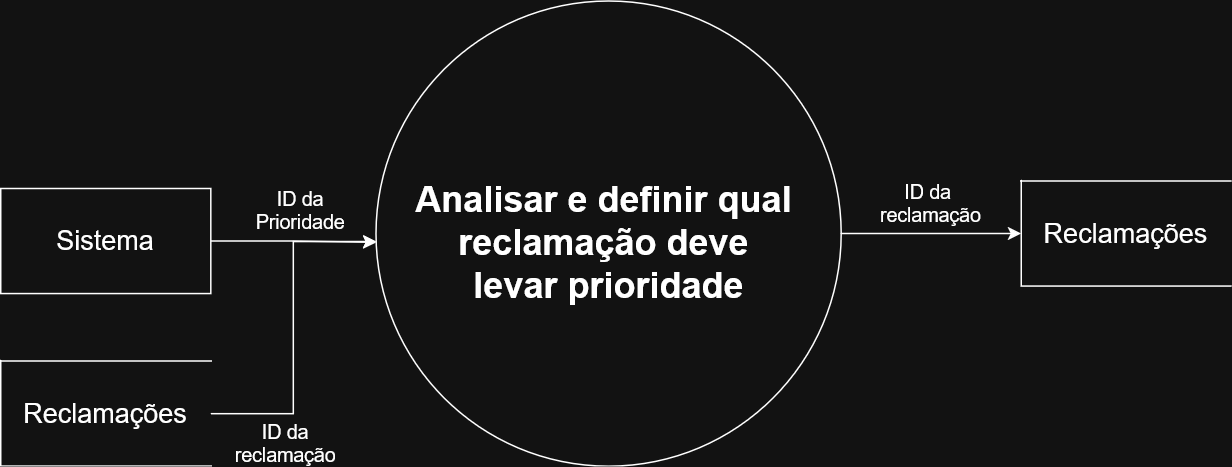
The draw.io diagram documentação/diagramas/RF006 - Analisar e definir qual relcamação deve levar prioridade - menos info.drawio.png in Luvisa-dev/Chatbot-Projeto-Integrado, before a commit. Source tidied: cells renumbered, new cells last; positions are measured from the earlier drawing's top-left corner, leaving out a move shared by most shapes. The source it was exported from:
```xml
<mxGraphModel>
  <root>
    <mxCell id="0" />
    <mxCell id="1" parent="0" />
    <mxCell id="2" style="edgeStyle=orthogonalEdgeStyle;rounded=0;jettySize=auto;html=1;exitX=1;exitY=0.5;exitDx=0;exitDy=0;" parent="1" edge="1" source="3" target="8">
      <mxGeometry relative="1" as="geometry" />
    </mxCell>
    <mxCell id="3" style="shape=ellipse;html=1;dashed=0;whiteSpace=wrap;perimeter=ellipsePerimeter;" parent="1" vertex="1">
      <mxGeometry x="250" width="310" height="310" as="geometry" />
    </mxCell>
    <mxCell id="4" value="&lt;div class=&quot;ewa-rteLine&quot;&gt;Analisar e definir qual&amp;nbsp;&lt;/div&gt;&lt;div class=&quot;ewa-rteLine&quot;&gt;reclamação deve&amp;nbsp;&lt;/div&gt;&lt;div class=&quot;ewa-rteLine&quot;&gt;levar prioridade&lt;/div&gt;" style="text;strokeColor=none;fillColor=none;html=1;fontSize=24;fontStyle=1;verticalAlign=middle;align=center;" parent="1" vertex="1">
      <mxGeometry x="355" y="160" width="100" as="geometry" />
    </mxCell>
    <mxCell id="5" style="edgeStyle=orthogonalEdgeStyle;rounded=0;jettySize=auto;html=1;entryX=0.001;entryY=0.519;entryDx=0;entryDy=0;entryPerimeter=0;" parent="1" edge="1" source="6" target="3">
      <mxGeometry relative="1" as="geometry" />
    </mxCell>
    <mxCell id="6" value="&lt;div&gt;&lt;font style=&quot;font-size: 18px;&quot;&gt;Sistema&lt;/font&gt;&lt;/div&gt;" style="html=1;dashed=0;whiteSpace=wrap;" parent="1" vertex="1">
      <mxGeometry y="125" width="140" height="70" as="geometry" />
    </mxCell>
    <mxCell id="7" value="ID da Prioridade" style="text;html=1;align=center;verticalAlign=middle;whiteSpace=wrap;rounded=0;fontSize=13;" parent="1" vertex="1">
      <mxGeometry x="170" y="125" width="60" height="30" as="geometry" />
    </mxCell>
    <mxCell id="8" value="&lt;div&gt;&lt;font style=&quot;font-size: 18px;&quot;&gt;Reclamações&lt;/font&gt;&lt;/div&gt;" style="html=1;dashed=0;whiteSpace=wrap;shape=partialRectangle;right=0;" parent="1" vertex="1">
      <mxGeometry x="680" y="120" width="140" height="70" as="geometry" />
    </mxCell>
    <mxCell id="9" value="&lt;div align=&quot;center&quot;&gt;&lt;br&gt;&lt;div&gt;&lt;font style=&quot;font-size: 13px;&quot;&gt;ID da&amp;nbsp;&lt;/font&gt;&lt;/div&gt;&lt;div&gt;&lt;font style=&quot;font-size: 13px;&quot;&gt;reclamação&lt;/font&gt;&lt;/div&gt;&lt;/div&gt;" style="text;whiteSpace=wrap;html=1;fontSize=11;align=center;" parent="1" vertex="1">
      <mxGeometry x="560" y="100" width="120" height="40" as="geometry" />
    </mxCell>
    <mxCell id="10" value="ID da reclamação" style="text;html=1;align=center;verticalAlign=middle;whiteSpace=wrap;rounded=0;fontSize=13;" parent="1" vertex="1">
      <mxGeometry x="160" y="280" width="60" height="30" as="geometry" />
    </mxCell>
    <mxCell id="11" value="&lt;div&gt;&lt;font style=&quot;font-size: 18px;&quot;&gt;Reclamações&lt;/font&gt;&lt;/div&gt;" style="html=1;dashed=0;whiteSpace=wrap;shape=partialRectangle;right=0;" parent="1" vertex="1">
      <mxGeometry y="240" width="140" height="70" as="geometry" />
    </mxCell>
    <mxCell id="12" style="edgeStyle=orthogonalEdgeStyle;rounded=0;jettySize=auto;html=1;entryX=0.001;entryY=0.517;entryDx=0;entryDy=0;entryPerimeter=0;" parent="1" edge="1" source="11" target="3">
      <mxGeometry relative="1" as="geometry" />
    </mxCell>
  </root>
</mxGraphModel>
```
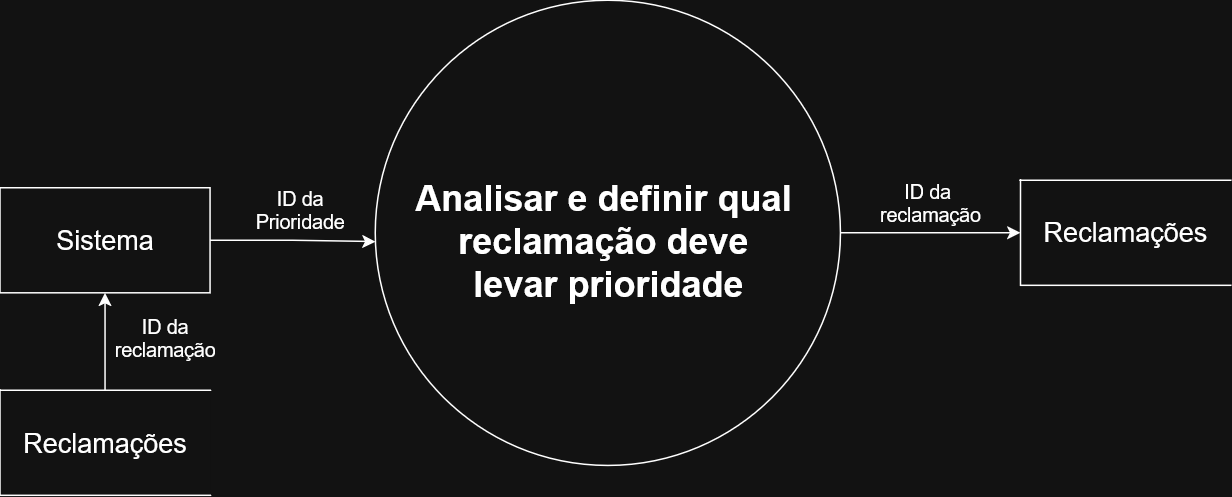
After the commit.

Diff of the diagram source:
```diff
@@ -27,13 +27,13 @@
       <mxGeometry x="560" y="100" width="120" height="40" as="geometry" />
     </mxCell>
     <mxCell id="10" value="ID da reclamação" style="text;html=1;align=center;verticalAlign=middle;whiteSpace=wrap;rounded=0;fontSize=13;" parent="1" vertex="1">
-      <mxGeometry x="160" y="280" width="60" height="30" as="geometry" />
+      <mxGeometry x="80" y="210" width="60" height="30" as="geometry" />
     </mxCell>
+    <mxCell id="13" style="edgeStyle=orthogonalEdgeStyle;rounded=0;jettySize=auto;html=1;" parent="1" edge="1" source="11" target="6">
+      <mxGeometry relative="1" as="geometry" />
+    </mxCell>
     <mxCell id="11" value="&lt;div&gt;&lt;font style=&quot;font-size: 18px;&quot;&gt;Reclamações&lt;/font&gt;&lt;/div&gt;" style="html=1;dashed=0;whiteSpace=wrap;shape=partialRectangle;right=0;" parent="1" vertex="1">
-      <mxGeometry y="240" width="140" height="70" as="geometry" />
+      <mxGeometry y="260" width="140" height="70" as="geometry" />
     </mxCell>
-    <mxCell id="12" style="edgeStyle=orthogonalEdgeStyle;rounded=0;jettySize=auto;html=1;entryX=0.001;entryY=0.517;entryDx=0;entryDy=0;entryPerimeter=0;" parent="1" edge="1" source="11" target="3">
-      <mxGeometry relative="1" as="geometry" />
-    </mxCell>
   </root>
 </mxGraphModel>
```
